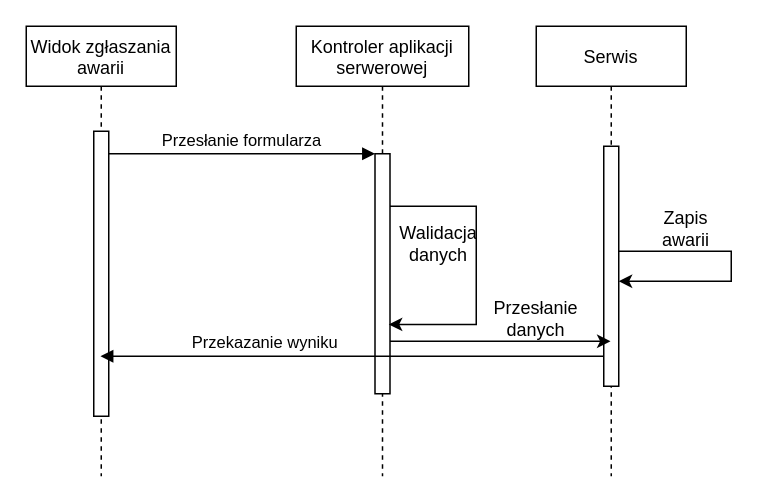
This is src/main/resources/seqm.drawio from Qutlet/poAwarii, a draw.io file, before an edit. Source tidied: cells renumbered, new cells numbered last; positions are measured from the earlier drawing's top-left corner, leaving out a move shared by most shapes. Both pictures are drawn from the tidied source at 150%, with x=0, y=0 at pixel (26, 26).
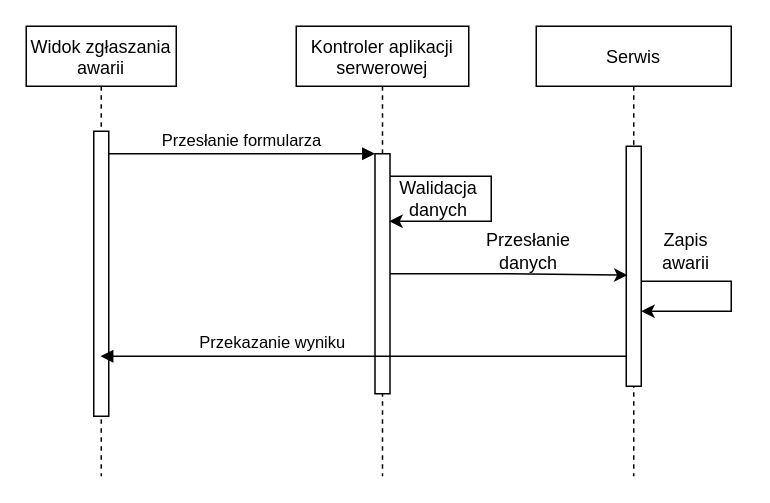
Above is the later version.

The change refers to these unchanged cells:
```xml
<mxCell id="4" value="Kontroler aplikacji&#10;serwerowej" style="shape=umlLifeline;perimeter=lifelinePerimeter;rounded=0;shadow=0;strokeWidth=1;" parent="1" vertex="1">
  <mxGeometry x="180" width="115" height="300" as="geometry" />
</mxCell>
<mxCell id="5" style="points=[];perimeter=orthogonalPerimeter;rounded=0;shadow=0;strokeWidth=1;" parent="4" vertex="1">
  <mxGeometry x="52.5" y="85" width="10" height="160" as="geometry" />
</mxCell>
```

Change to the diagram source:
```diff
@@
-    <mxCell id="6" style="edgeStyle=orthogonalEdgeStyle;rounded=0;orthogonalLoop=1;jettySize=auto;html=1;entryX=0.919;entryY=0.711;entryDx=0;entryDy=0;entryPerimeter=0;" parent="4" edge="1" source="5" target="5">
+    <mxCell id="6" style="edgeStyle=orthogonalEdgeStyle;rounded=0;jettySize=auto;html=1;" parent="4" edge="1" source="5">
       <mxGeometry relative="1" as="geometry">
+        <mxPoint x="62" y="130" as="targetPoint" />
         <Array as="points">
-          <mxPoint x="120" y="120" />
-          <mxPoint x="120" y="199" />
-          <mxPoint x="62" y="199" />
+          <mxPoint x="130" y="100" />
+          <mxPoint x="130" y="130" />
+          <mxPoint x="62" y="130" />
         </Array>
       </mxGeometry>
     </mxCell>
     <mxCell id="7" value="Walidacja danych" style="text;html=1;strokeColor=none;fillColor=none;align=center;verticalAlign=middle;whiteSpace=wrap;rounded=0;" parent="4" vertex="1">
-      <mxGeometry x="65" y="130" width="60" height="30" as="geometry" />
+      <mxGeometry x="65" y="100" width="60" height="30" as="geometry" />
     </mxCell>
@@
     <mxCell id="10" value="Serwis" style="shape=umlLifeline;perimeter=lifelinePerimeter;rounded=0;shadow=0;strokeWidth=1;" parent="1" vertex="1">
-      <mxGeometry x="340" width="100" height="300" as="geometry" />
+      <mxGeometry x="340" width="130" height="300" as="geometry" />
     </mxCell>
     <mxCell id="11" style="points=[];perimeter=orthogonalPerimeter;rounded=0;shadow=0;strokeWidth=1;" parent="10" vertex="1">
-      <mxGeometry x="45" y="80" width="10" height="160" as="geometry" />
+      <mxGeometry x="60" y="80" width="10" height="160" as="geometry" />
     </mxCell>
+    <mxCell id="13" style="edgeStyle=orthogonalEdgeStyle;rounded=0;orthogonalLoop=1;jettySize=auto;html=1;" parent="10" edge="1" source="11" target="11">
+      <mxGeometry relative="1" as="geometry">
+        <Array as="points">
+          <mxPoint x="130" y="170" />
+          <mxPoint x="80" y="190" />
+        </Array>
+      </mxGeometry>
+    </mxCell>
+    <mxCell id="15" value="Zapis awarii" style="text;html=1;strokeColor=none;fillColor=none;align=center;verticalAlign=middle;whiteSpace=wrap;rounded=0;" parent="10" vertex="1">
+      <mxGeometry x="70" y="135" width="60" height="30" as="geometry" />
+    </mxCell>
-    <mxCell id="12" value="Przesłanie danych" style="text;html=1;strokeColor=none;fillColor=none;align=center;verticalAlign=middle;whiteSpace=wrap;rounded=0;" parent="10" vertex="1">
-      <mxGeometry x="-30" y="180" width="60" height="30" as="geometry" />
+    <mxCell id="12" value="Przesłanie danych" style="text;html=1;strokeColor=none;fillColor=none;align=center;verticalAlign=middle;whiteSpace=wrap;rounded=0;" parent="1" vertex="1">
+      <mxGeometry x="305" y="135" width="60" height="30" as="geometry" />
     </mxCell>
-    <mxCell id="13" style="edgeStyle=orthogonalEdgeStyle;rounded=0;orthogonalLoop=1;jettySize=auto;html=1;" parent="10" edge="1" source="11" target="11">
-      <mxGeometry relative="1" as="geometry">
-        <Array as="points">
-          <mxPoint x="130" y="160" />
-        </Array>
-      </mxGeometry>
-    </mxCell>
-    <mxCell id="14" style="edgeStyle=orthogonalEdgeStyle;rounded=0;jettySize=auto;html=1;" parent="1" edge="1" source="5" target="10">
-      <mxGeometry relative="1" as="geometry">
-        <Array as="points">
-          <mxPoint x="270" y="210" />
-          <mxPoint x="270" y="210" />
-        </Array>
-      </mxGeometry>
-    </mxCell>
-    <mxCell id="15" value="Zapis awarii" style="text;html=1;strokeColor=none;fillColor=none;align=center;verticalAlign=middle;whiteSpace=wrap;rounded=0;" parent="1" vertex="1">
-      <mxGeometry x="410" y="120" width="60" height="30" as="geometry" />
-    </mxCell>
+    <mxCell id="16" style="edgeStyle=orthogonalEdgeStyle;rounded=0;jettySize=auto;html=1;entryX=0.086;entryY=0.537;entryDx=0;entryDy=0;entryPerimeter=0;" parent="1" edge="1" source="5" target="11">
+      <mxGeometry relative="1" as="geometry" />
+    </mxCell>
```
